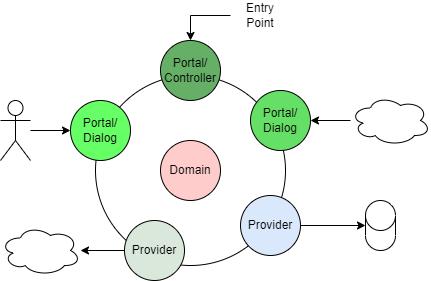
BackendDev-Homebase/Architectures keeps this draw.io diagram as IODA/IODA2.png. Above is the earlier version. Source tidied: cells renumbered, new cells last; positions are measured from the earlier drawing's top-left corner, leaving out a move shared by most shapes.
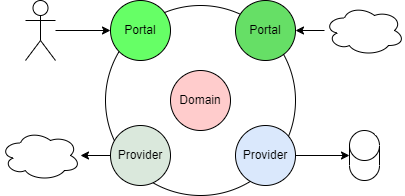
The same file after the commit.

What changed in the source:
```diff
@@ -9,49 +9,40 @@
       <mxGeometry relative="1" as="geometry" />
     </mxCell>
     <mxCell id="4" value="Provider" style="ellipse;whiteSpace=wrap;html=1;fillColor=#DAE8FC;" parent="1" vertex="1">
-      <mxGeometry x="240" y="195" width="60" height="60" as="geometry" />
+      <mxGeometry x="225" y="195" width="60" height="60" as="geometry" />
     </mxCell>
     <mxCell id="5" style="shape=cylinder3;whiteSpace=wrap;html=1;boundedLbl=1;backgroundOutline=1;size=15;" parent="1" vertex="1">
-      <mxGeometry x="365" y="200" width="30" height="50" as="geometry" />
+      <mxGeometry x="339" y="200" width="30" height="50" as="geometry" />
     </mxCell>
     <mxCell id="6" value="Domain" style="ellipse;whiteSpace=wrap;html=1;fillColor=#FFCCCC;" parent="1" vertex="1">
       <mxGeometry x="160" y="140" width="60" height="60" as="geometry" />
     </mxCell>
-    <mxCell id="7" value="Portal/&lt;br&gt;Dialog" style="ellipse;whiteSpace=wrap;html=1;fillColor=#66DF66;" parent="1" vertex="1">
-      <mxGeometry x="250" y="90" width="60" height="60" as="geometry" />
+    <mxCell id="7" value="Portal" style="ellipse;whiteSpace=wrap;html=1;fillColor=#66DF66;" parent="1" vertex="1">
+      <mxGeometry x="225" y="70" width="60" height="60" as="geometry" />
     </mxCell>
     <mxCell id="8" style="edgeStyle=orthogonalEdgeStyle;rounded=0;jettySize=auto;html=1;startArrow=none;startFill=0;" parent="1" edge="1" source="9" target="13">
       <mxGeometry relative="1" as="geometry" />
     </mxCell>
     <mxCell id="9" value="Actor" style="shape=umlActor;verticalLabelPosition=bottom;verticalAlign=top;html=1;outlineConnect=0;fontColor=#ffffff;" parent="1" vertex="1">
-      <mxGeometry y="100" width="30" height="60" as="geometry" />
+      <mxGeometry x="15" y="70" width="30" height="60" as="geometry" />
     </mxCell>
     <mxCell id="10" style="edgeStyle=orthogonalEdgeStyle;rounded=0;jettySize=auto;html=1;" parent="1" edge="1" source="11" target="12">
       <mxGeometry relative="1" as="geometry" />
     </mxCell>
     <mxCell id="11" value="Provider" style="ellipse;whiteSpace=wrap;html=1;fillColor=#DAE8DC;" parent="1" vertex="1">
-      <mxGeometry x="124" y="220" width="60" height="60" as="geometry" />
+      <mxGeometry x="100" y="195" width="60" height="60" as="geometry" />
     </mxCell>
     <mxCell id="12" style="ellipse;shape=cloud;whiteSpace=wrap;html=1;" parent="1" vertex="1">
-      <mxGeometry y="225" width="80" height="50" as="geometry" />
+      <mxGeometry x="-10" y="200" width="80" height="50" as="geometry" />
     </mxCell>
-    <mxCell id="13" value="Portal/&lt;br&gt;Dialog" style="ellipse;whiteSpace=wrap;html=1;fillColor=#66FF66;" parent="1" vertex="1">
-      <mxGeometry x="70" y="100" width="60" height="60" as="geometry" />
+    <mxCell id="13" value="Portal" style="ellipse;whiteSpace=wrap;html=1;fillColor=#66FF66;" parent="1" vertex="1">
+      <mxGeometry x="100" y="70" width="60" height="60" as="geometry" />
     </mxCell>
     <mxCell id="14" style="edgeStyle=orthogonalEdgeStyle;rounded=0;jettySize=auto;html=1;startArrow=none;startFill=0;" parent="1" edge="1" source="15" target="7">
       <mxGeometry relative="1" as="geometry" />
     </mxCell>
     <mxCell id="15" style="ellipse;shape=cloud;whiteSpace=wrap;html=1;" parent="1" vertex="1">
-      <mxGeometry x="350" y="95" width="80" height="50" as="geometry" />
+      <mxGeometry x="314" y="75" width="80" height="50" as="geometry" />
     </mxCell>
-    <mxCell id="16" value="Portal/&lt;br&gt;Controller" style="ellipse;whiteSpace=wrap;html=1;fillColor=#66AF66;" parent="1" vertex="1">
-      <mxGeometry x="160" y="40" width="60" height="60" as="geometry" />
-    </mxCell>
-    <mxCell id="17" style="edgeStyle=orthogonalEdgeStyle;rounded=0;jettySize=auto;html=1;" parent="1" edge="1" source="18" target="16">
-      <mxGeometry relative="1" as="geometry" />
-    </mxCell>
-    <mxCell id="18" value="Entry Point" style="text;html=1;strokeColor=none;fillColor=none;align=center;verticalAlign=middle;whiteSpace=wrap;rounded=0;" parent="1" vertex="1">
-      <mxGeometry x="230" width="60" height="30" as="geometry" />
-    </mxCell>
   </root>
 </mxGraphModel>
```
